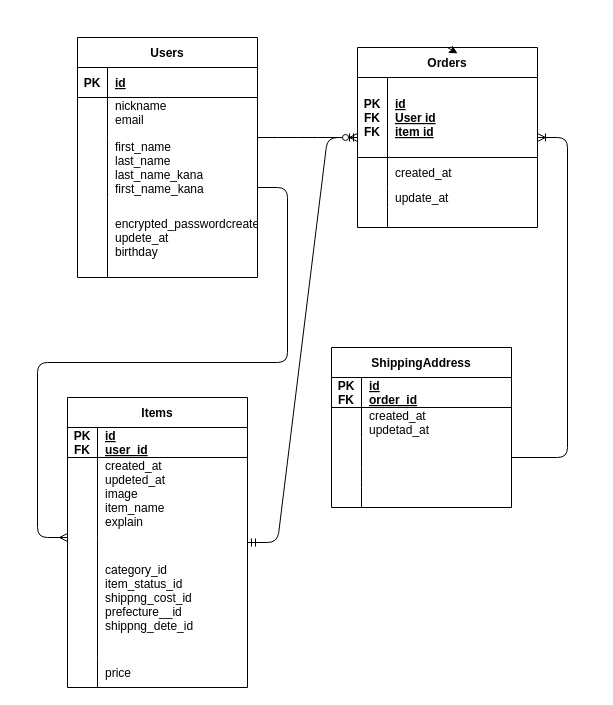
swatanabe1122/furima-40120 keeps this draw.io diagram as test.dio. Above is the earlier version. Source tidied: cells renumbered, new cells numbered last; positions are measured from the earlier drawing's top-left corner, leaving out a move shared by most shapes. Both pictures are drawn from the tidied source at 100%, with x=0, y=0 at pixel (67, 37).
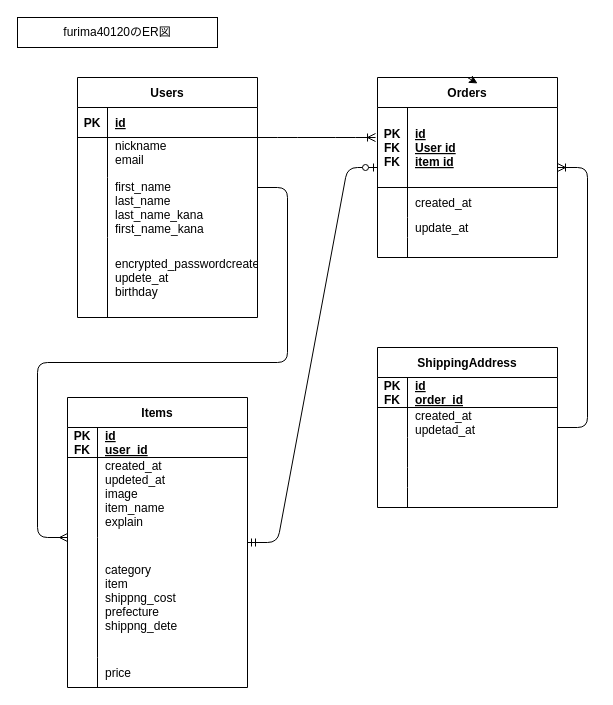
After the change.

Unchanged cells that the change refers to:
```xml
<mxCell id="3" style="shape=tableRow;horizontal=0;startSize=0;swimlaneHead=0;swimlaneBody=0;fillColor=none;points=[[0,0.5],[1,0.5]];portConstraint=eastwest;top=0;left=0;right=0;bottom=1;" parent="2" vertex="1">
  <mxGeometry y="30" width="180" height="80" as="geometry" />
</mxCell>
<mxCell id="56" style="shape=tableRow;horizontal=0;startSize=0;swimlaneHead=0;swimlaneBody=0;fillColor=none;top=0;left=0;right=0;bottom=0;" parent="49" vertex="1">
  <mxGeometry y="140" width="180" height="120" as="geometry" />
</mxCell>
```

Diff of the diagram source:
```diff
@@
     <mxCell id="2" value="Orders" style="shape=table;startSize=30;childLayout=tableLayout;rowLines=0;fontStyle=1;align=center;" parent="1" vertex="1">
-      <mxGeometry x="290" y="10" width="180" height="180" as="geometry" />
+      <mxGeometry x="310" y="40" width="180" height="180" as="geometry" />
     </mxCell>
@@
-    <mxCell id="16" style="edgeStyle=entityRelationEdgeStyle;fontSize=12;html=1;endArrow=ERoneToMany;" parent="1" edge="1" target="2">
+    <mxCell id="16" style="edgeStyle=entityRelationEdgeStyle;fontSize=12;html=1;endArrow=ERoneToMany;entryX=-0.011;entryY=0.375;entryDx=0;entryDy=0;entryPerimeter=0;" parent="1" edge="1" target="3">
       <mxGeometry relative="1" as="geometry">
         <mxPoint x="190" y="100" as="sourcePoint" />
       </mxGeometry>
     </mxCell>
-    <mxCell id="17" style="edgeStyle=entityRelationEdgeStyle;fontSize=12;html=1;endArrow=ERoneToMany;" parent="1" edge="1" target="2">
-      <mxGeometry relative="1" as="geometry">
-        <mxPoint x="444" y="420" as="sourcePoint" />
-      </mxGeometry>
+    <mxCell id="17" style="edgeStyle=entityRelationEdgeStyle;fontSize=12;html=1;endArrow=ERoneToMany;" parent="1" edge="1" source="33" target="2">
+      <mxGeometry relative="1" as="geometry" />
     </mxCell>
@@
     <mxCell id="20" value="Users" style="shape=table;startSize=30;childLayout=tableLayout;rowLines=0;fontStyle=1;align=center;" parent="1" vertex="1">
-      <mxGeometry x="10" width="180" height="240" as="geometry" />
+      <mxGeometry x="10" y="40" width="180" height="240" as="geometry" />
     </mxCell>
@@
     <mxCell id="33" value="ShippingAddress" style="shape=table;startSize=30;childLayout=tableLayout;rowLines=0;fontStyle=1;align=center;" parent="1" vertex="1">
-      <mxGeometry x="264" y="310" width="180" height="160" as="geometry" />
+      <mxGeometry x="310" y="310" width="180" height="160" as="geometry" />
     </mxCell>
@@
-    <mxCell id="58" value="category_id&#10;item_status_id&#10;shippng_cost_id&#10;prefecture__id&#10;shippng_dete_id" style="shape=partialRectangle;fillColor=none;top=0;left=0;bottom=0;right=0;align=left;spacingLeft=6;overflow=hidden;" parent="56" vertex="1">
+    <mxCell id="58" value="category&#10;item&#10;shippng_cost&#10;prefecture&#10;shippng_dete" style="shape=partialRectangle;fillColor=none;top=0;left=0;bottom=0;right=0;align=left;spacingLeft=6;overflow=hidden;" parent="56" vertex="1">
       <mxGeometry x="30" width="150" height="120" as="geometry" />
     </mxCell>
@@
+    <mxCell id="62" value="furima40120のER図" style="rounded=0;whiteSpace=wrap;html=1;" parent="1" vertex="1">
+      <mxGeometry x="-50" y="-20" width="200" height="30" as="geometry" />
+    </mxCell>
```
